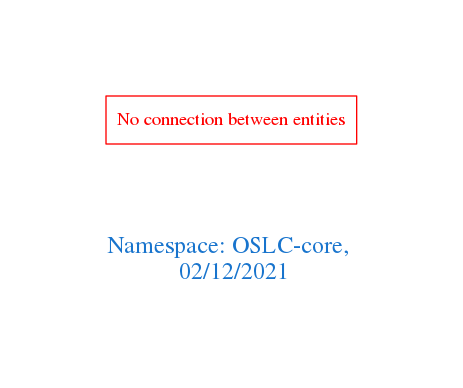
arago/OGIT keeps this Graphviz diagram as downloads/OSLC-core.png. Above is the earlier version. Its source is kept beside it as downloads/OSLC-core.dot.
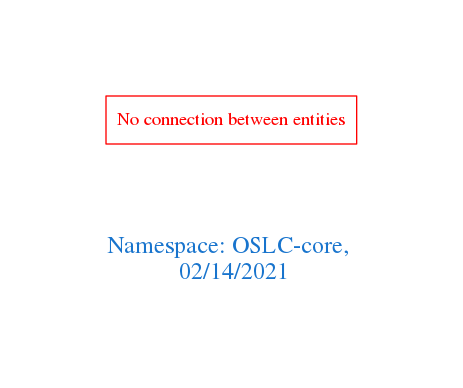
The same file after the commit.

Diff of the diagram source:
```diff
@@ -1,7 +1,7 @@
 digraph OGIT_ontology {
  graph [ rankdir= LR,pad=1
 fontsize = 18,
-fontcolor= dodgerblue3,label = "\n\n\nNamespace: OSLC-core, \n 02/12/2021"];
+fontcolor= dodgerblue3,label = "\n\n\nNamespace: OSLC-core, \n 02/14/2021"];
 node[shape=polygon];
 edge [  color="gray81"];
 
```
